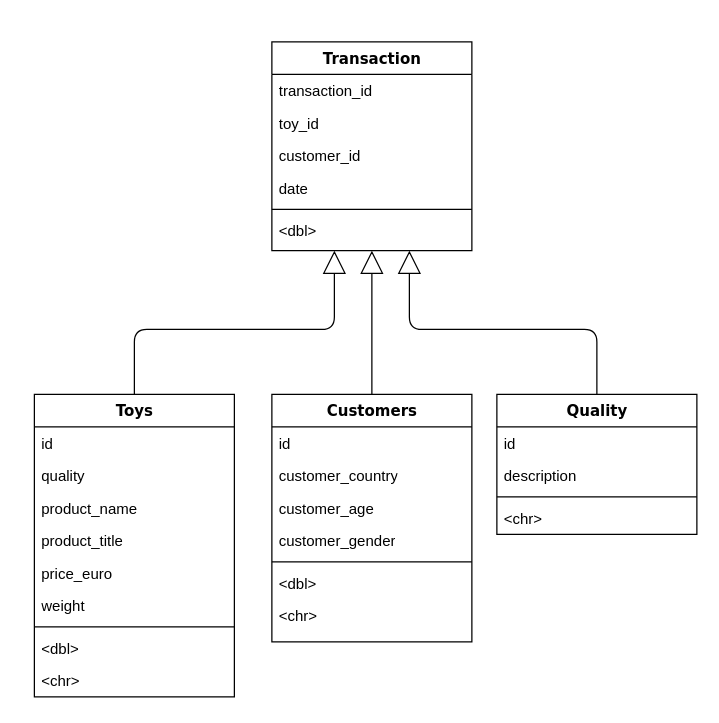
Before: Untitled Diagram.drawio in malcheyne/git_demo, a draw.io diagram. Source tidied: cells renumbered, new cells numbered last; positions are measured from the earlier drawing's top-left corner, leaving out a move shared by most shapes. Both pictures are drawn from the tidied source at 125%, with x=0, y=0 at pixel (34, 41).
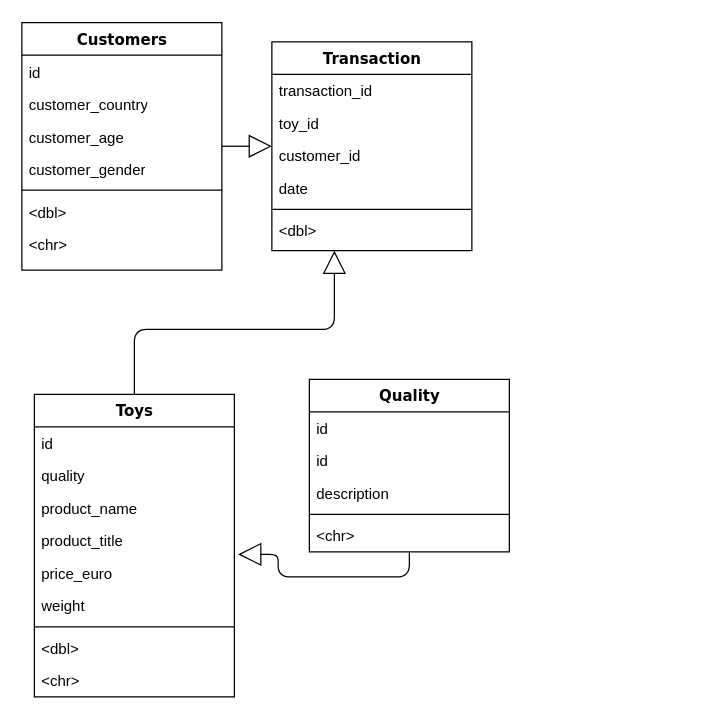
The same diagram, later.

Commit message (it also covers changes not shown here):
PDA Data Transformation Task.drawio

Unchanged cells that the change refers to:
```xml
<mxCell id="2" value="Transaction" style="swimlane;html=1;fontStyle=1;align=center;verticalAlign=top;horizontal=1;startSize=26;swimlaneFillColor=#ffffff;rounded=0;shadow=0;comic=0;labelBackgroundColor=none;strokeWidth=1;fillColor=none;fontFamily=Verdana;fontSize=12;" parent="1" vertex="1">
  <mxGeometry x="190" width="160" height="167" as="geometry" />
</mxCell>
<mxCell id="15" value="price_euro" style="text;html=1;strokeColor=none;fillColor=none;align=left;verticalAlign=top;spacingLeft=4;spacingRight=4;whiteSpace=wrap;overflow=hidden;points=[[0,0.5],[1,0.5]];portConstraint=eastwest;" parent="10" vertex="1">
  <mxGeometry y="130" width="160" height="26" as="geometry" />
</mxCell>
```

Change to the diagram source:
```diff
@@
     <mxCell id="21" value="Customers" style="swimlane;html=1;fontStyle=1;align=center;verticalAlign=top;horizontal=1;startSize=26;swimlaneFillColor=#ffffff;rounded=0;shadow=0;comic=0;labelBackgroundColor=none;strokeWidth=1;fillColor=none;fontFamily=Verdana;fontSize=12;" parent="1" vertex="1">
-      <mxGeometry x="190" y="282" width="160" height="198" as="geometry" />
+      <mxGeometry x="-10" y="-15.5" width="160" height="198" as="geometry" />
     </mxCell>
@@
-    <mxCell id="29" style="edgeStyle=orthogonalEdgeStyle;html=1;labelBackgroundColor=none;startFill=0;startSize=8;endArrow=block;endFill=0;endSize=16;fontFamily=Verdana;fontSize=12;" parent="1" edge="1" source="30" target="2">
-      <mxGeometry relative="1" as="geometry">
-        <Array as="points">
-          <mxPoint x="450" y="230" />
-          <mxPoint x="300" y="230" />
-        </Array>
-      </mxGeometry>
-    </mxCell>
+    <mxCell id="35" style="edgeStyle=orthogonalEdgeStyle;rounded=1;jettySize=auto;html=1;entryX=1.019;entryY=-0.077;entryDx=0;entryDy=0;entryPerimeter=0;endArrow=block;endFill=0;strokeWidth=1;endSize=16;" parent="1" edge="1" source="30" target="15">
+      <mxGeometry relative="1" as="geometry" />
+    </mxCell>
     <mxCell id="30" value="Quality" style="swimlane;html=1;fontStyle=1;align=center;verticalAlign=top;horizontal=1;startSize=26;swimlaneFillColor=#ffffff;rounded=0;shadow=0;comic=0;labelBackgroundColor=none;strokeWidth=1;fillColor=none;fontFamily=Verdana;fontSize=12;" parent="1" vertex="1">
-      <mxGeometry x="370" y="282" width="160" height="112" as="geometry" />
+      <mxGeometry x="220" y="270" width="160" height="138" as="geometry" />
     </mxCell>
+    <mxCell id="36" value="id" style="text;html=1;strokeColor=none;fillColor=none;align=left;verticalAlign=top;spacingLeft=4;spacingRight=4;whiteSpace=wrap;overflow=hidden;" parent="30" vertex="1">
+      <mxGeometry y="26" width="160" height="26" as="geometry" />
+    </mxCell>
     <mxCell id="31" value="id" style="text;html=1;strokeColor=none;fillColor=none;align=left;verticalAlign=top;spacingLeft=4;spacingRight=4;whiteSpace=wrap;overflow=hidden;" parent="30" vertex="1">
-      <mxGeometry y="26" width="160" height="26" as="geometry" />
+      <mxGeometry y="52" width="160" height="26" as="geometry" />
     </mxCell>
     <mxCell id="32" value="description" style="text;html=1;strokeColor=none;fillColor=none;align=left;verticalAlign=top;spacingLeft=4;spacingRight=4;whiteSpace=wrap;overflow=hidden;" parent="30" vertex="1">
-      <mxGeometry y="52" width="160" height="26" as="geometry" />
+      <mxGeometry y="78" width="160" height="26" as="geometry" />
     </mxCell>
     <mxCell id="33" style="line;html=1;strokeWidth=1;fillColor=none;align=left;verticalAlign=middle;spacingTop=-1;spacingLeft=3;spacingRight=3;labelPosition=right;" parent="30" vertex="1">
-      <mxGeometry y="78" width="160" height="8" as="geometry" />
+      <mxGeometry y="104" width="160" height="8" as="geometry" />
     </mxCell>
     <mxCell id="34" value="&amp;lt;chr&amp;gt;" style="text;html=1;strokeColor=none;fillColor=none;align=left;verticalAlign=top;spacingLeft=4;spacingRight=4;whiteSpace=wrap;overflow=hidden;" parent="30" vertex="1">
-      <mxGeometry y="86" width="160" height="26" as="geometry" />
+      <mxGeometry y="112" width="160" height="26" as="geometry" />
     </mxCell>
```
